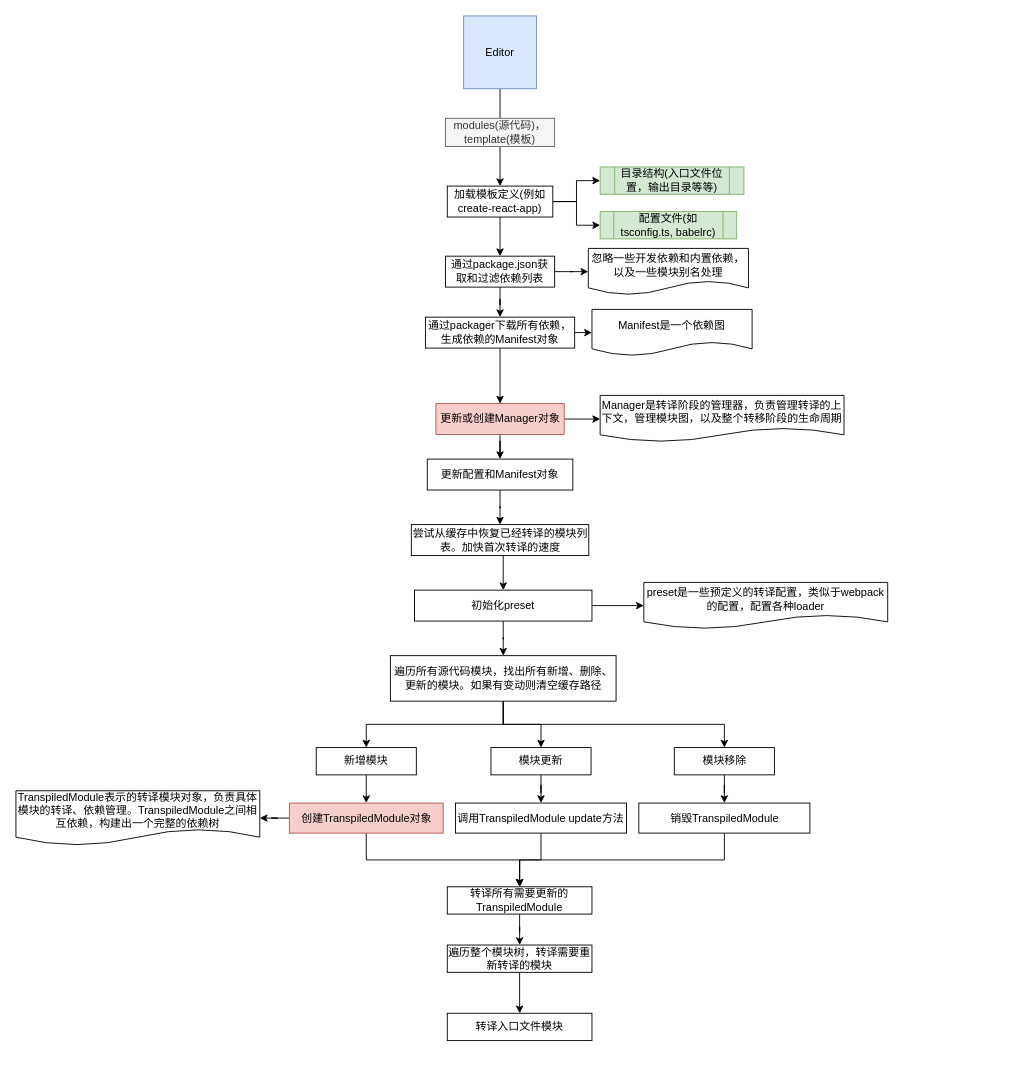
Earlier version of the draw.io diagram page "Compiler" (5 of 11) of source/_posts/drawio/codesandbox.drawio (ivan-94/bobi.ink). Source tidied: cells renumbered, new cells numbered last; positions are measured from the earlier drawing's top-left corner, leaving out a move shared by most shapes. Both pictures are drawn from the tidied source at 91%, with x=0, y=0 at pixel (15, 15).
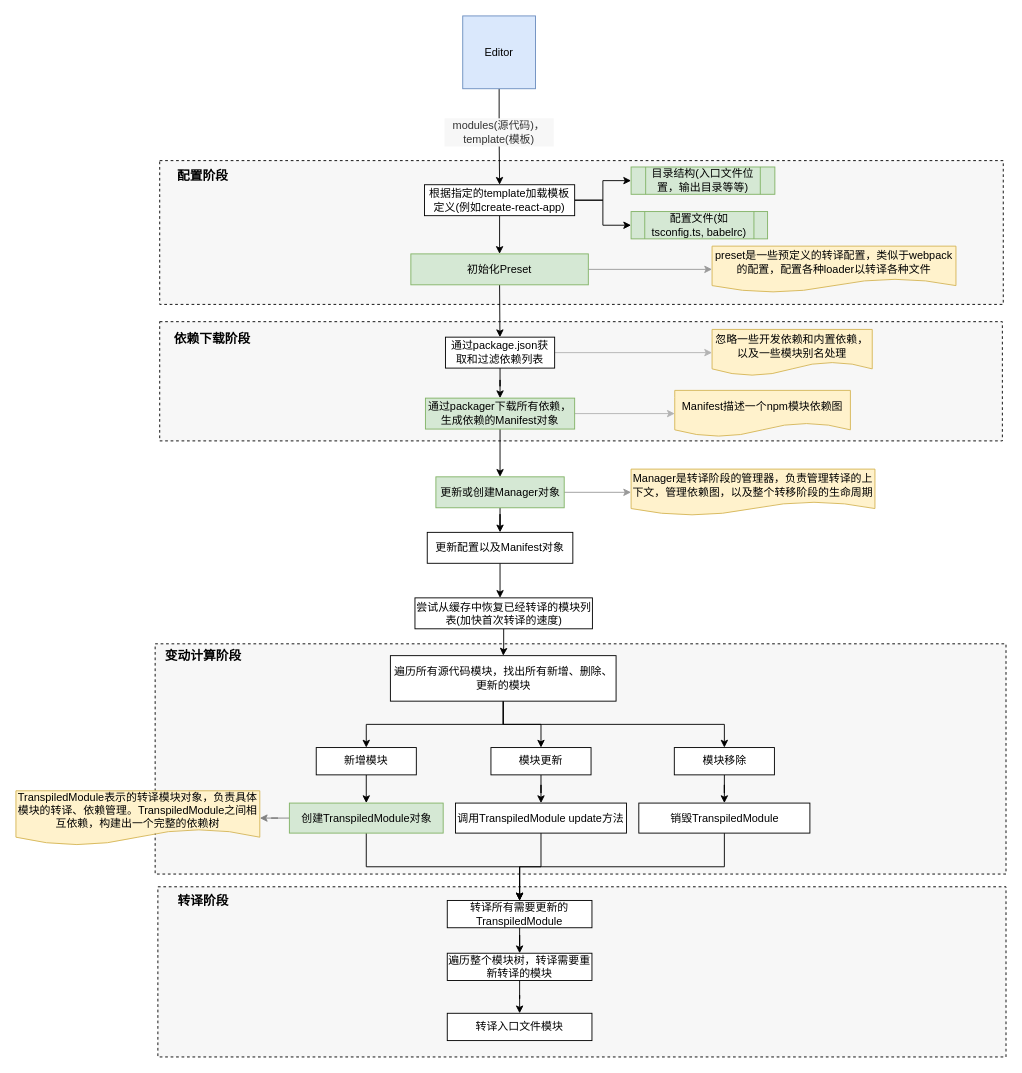
The same page after the edit.

What changed in the source:
```diff
@@
+    <mxCell id="54" style="rounded=0;whiteSpace=wrap;html=1;dashed=1;fillColor=#F7F7F7;" parent="1" vertex="1">
+      <mxGeometry x="156" y="957" width="932" height="187" as="geometry" />
+    </mxCell>
+    <mxCell id="55" style="rounded=0;whiteSpace=wrap;html=1;dashed=1;fillColor=#F7F7F7;" parent="1" vertex="1">
+      <mxGeometry x="153" y="690" width="935" height="253" as="geometry" />
+    </mxCell>
+    <mxCell id="56" style="rounded=0;whiteSpace=wrap;html=1;dashed=1;fillColor=#F7F7F7;" parent="1" vertex="1">
+      <mxGeometry x="158" y="336" width="926" height="131" as="geometry" />
+    </mxCell>
+    <mxCell id="57" style="rounded=0;whiteSpace=wrap;html=1;fillColor=#F7F7F7;dashed=1;" parent="1" vertex="1">
+      <mxGeometry x="158" y="159" width="927" height="158" as="geometry" />
+    </mxCell>
@@
     <mxCell id="3" value="Editor&lt;br&gt;" style="whiteSpace=wrap;html=1;fillColor=#dae8fc;strokeColor=#6c8ebf;" parent="1" vertex="1">
-      <mxGeometry x="492" width="80" height="80" as="geometry" />
+      <mxGeometry x="491" width="80" height="80" as="geometry" />
     </mxCell>
@@
-    <mxCell id="6" style="edgeStyle=orthogonalEdgeStyle;rounded=0;jettySize=auto;html=1;exitX=0.5;exitY=1;exitDx=0;exitDy=0;" parent="1" edge="1" source="7" target="12">
-      <mxGeometry relative="1" as="geometry" />
-    </mxCell>
+    <mxCell id="58" style="edgeStyle=none;rounded=0;jettySize=auto;html=1;exitX=0.5;exitY=1;exitDx=0;exitDy=0;endArrow=classic;endFill=1;strokeColor=#FFFFFF;" parent="1" edge="1" source="7" target="62">
+      <mxGeometry relative="1" as="geometry" />
+    </mxCell>
+    <mxCell id="59" style="edgeStyle=none;rounded=0;jettySize=auto;html=1;exitX=0.5;exitY=1;exitDx=0;exitDy=0;entryX=0.5;entryY=0;entryDx=0;entryDy=0;endArrow=classic;endFill=1;strokeColor=#FFFFFF;" parent="1" edge="1" source="7" target="62">
+      <mxGeometry relative="1" as="geometry" />
+    </mxCell>
+    <mxCell id="60" style="edgeStyle=none;rounded=0;jettySize=auto;html=1;exitX=0.5;exitY=1;exitDx=0;exitDy=0;entryX=0.5;entryY=0;entryDx=0;entryDy=0;endArrow=classic;endFill=1;strokeColor=#000000;" parent="1" edge="1" source="7" target="62">
+      <mxGeometry relative="1" as="geometry" />
+    </mxCell>
-    <mxCell id="7" value="加载模板定义(例如create-react-app)" style="rounded=0;whiteSpace=wrap;html=1;" parent="1" vertex="1">
-      <mxGeometry x="474" y="187" width="116" height="34" as="geometry" />
+    <mxCell id="7" value="根据指定的template加载模板定义(例如create-react-app)" style="rounded=0;whiteSpace=wrap;html=1;" parent="1" vertex="1">
+      <mxGeometry x="449" y="185.5" width="165" height="34" as="geometry" />
     </mxCell>
     <mxCell id="8" value="目录结构(入口文件位置，输出目录等等)" style="shape=process;whiteSpace=wrap;html=1;backgroundOutline=1;fillColor=#d5e8d4;strokeColor=#82b366;" parent="1" vertex="1">
-      <mxGeometry x="642" y="166" width="158" height="30" as="geometry" />
+      <mxGeometry x="676" y="166" width="158" height="30" as="geometry" />
     </mxCell>
     <mxCell id="9" value="配置文件(如tsconfig.ts, babelrc)" style="shape=process;whiteSpace=wrap;html=1;backgroundOutline=1;fillColor=#d5e8d4;strokeColor=#82b366;" parent="1" vertex="1">
-      <mxGeometry x="642" y="215" width="150" height="30" as="geometry" />
+      <mxGeometry x="676" y="215" width="150" height="30" as="geometry" />
     </mxCell>
-    <mxCell id="10" style="edgeStyle=orthogonalEdgeStyle;rounded=0;jettySize=auto;html=1;exitX=1;exitY=0.5;exitDx=0;exitDy=0;" parent="1" edge="1" source="12" target="13">
+    <mxCell id="10" style="edgeStyle=orthogonalEdgeStyle;rounded=0;jettySize=auto;html=1;exitX=1;exitY=0.5;exitDx=0;exitDy=0;strokeColor=#B3B3B3;" parent="1" edge="1" source="12" target="13">
       <mxGeometry relative="1" as="geometry" />
     </mxCell>
@@
     <mxCell id="12" value="通过package.json获取和过滤依赖列表" style="rounded=0;whiteSpace=wrap;html=1;" parent="1" vertex="1">
-      <mxGeometry x="472" y="264" width="120" height="34" as="geometry" />
+      <mxGeometry x="472" y="353" width="120" height="34" as="geometry" />
     </mxCell>
-    <mxCell id="13" value="忽略一些开发依赖和内置依赖，以及一些模块别名处理" style="shape=document;whiteSpace=wrap;html=1;boundedLbl=1;" parent="1" vertex="1">
-      <mxGeometry x="629" y="255.5" width="176" height="51" as="geometry" />
+    <mxCell id="13" value="忽略一些开发依赖和内置依赖，以及一些模块别名处理" style="shape=document;whiteSpace=wrap;html=1;boundedLbl=1;fillColor=#fff2cc;strokeColor=#d6b656;" parent="1" vertex="1">
+      <mxGeometry x="765" y="344.5" width="176" height="51" as="geometry" />
     </mxCell>
-    <mxCell id="14" value="modules(源代码)，template(模板)" style="rounded=0;whiteSpace=wrap;html=1;fillColor=#f5f5f5;strokeColor=#666666;fontColor=#333333;" parent="1" vertex="1">
-      <mxGeometry x="472" y="112.5" width="120" height="31" as="geometry" />
+    <mxCell id="14" value="modules(源代码)，template(模板)" style="rounded=0;whiteSpace=wrap;html=1;fillColor=#F7F7F7;strokeColor=none;fontColor=#333333;" parent="1" vertex="1">
+      <mxGeometry x="471" y="112.5" width="120" height="31" as="geometry" />
     </mxCell>
-    <mxCell id="15" style="edgeStyle=orthogonalEdgeStyle;rounded=0;jettySize=auto;html=1;exitX=1;exitY=0.5;exitDx=0;exitDy=0;entryX=0;entryY=0.5;entryDx=0;entryDy=0;" parent="1" edge="1" source="17" target="18">
+    <mxCell id="15" style="edgeStyle=orthogonalEdgeStyle;rounded=0;jettySize=auto;html=1;exitX=1;exitY=0.5;exitDx=0;exitDy=0;strokeColor=#B3B3B3;" parent="1" edge="1" source="17" target="18">
       <mxGeometry relative="1" as="geometry" />
     </mxCell>
@@
-    <mxCell id="17" value="通过packager下载所有依赖，生成依赖的Manifest对象" style="rounded=0;whiteSpace=wrap;html=1;" parent="1" vertex="1">
-      <mxGeometry x="450" y="331" width="164" height="34" as="geometry" />
+    <mxCell id="17" value="通过packager下载所有依赖，生成依赖的Manifest对象" style="rounded=0;whiteSpace=wrap;html=1;fillColor=#d5e8d4;strokeColor=#82b366;" parent="1" vertex="1">
+      <mxGeometry x="450" y="420" width="164" height="34" as="geometry" />
     </mxCell>
-    <mxCell id="18" value="Manifest是一个依赖图" style="shape=document;whiteSpace=wrap;html=1;boundedLbl=1;" parent="1" vertex="1">
-      <mxGeometry x="633" y="322.5" width="176" height="51" as="geometry" />
+    <mxCell id="18" value="Manifest描述一个npm模块依赖图" style="shape=document;whiteSpace=wrap;html=1;boundedLbl=1;fillColor=#fff2cc;strokeColor=#d6b656;" parent="1" vertex="1">
+      <mxGeometry x="724" y="411.5" width="193" height="51" as="geometry" />
     </mxCell>
-    <mxCell id="19" style="edgeStyle=orthogonalEdgeStyle;rounded=0;jettySize=auto;html=1;exitX=1;exitY=0.5;exitDx=0;exitDy=0;entryX=0;entryY=0.5;entryDx=0;entryDy=0;" parent="1" edge="1" source="21" target="22">
+    <mxCell id="19" style="edgeStyle=orthogonalEdgeStyle;rounded=0;jettySize=auto;html=1;exitX=1;exitY=0.5;exitDx=0;exitDy=0;entryX=0;entryY=0.5;entryDx=0;entryDy=0;strokeColor=#999999;" parent="1" edge="1" source="21" target="22">
       <mxGeometry relative="1" as="geometry" />
     </mxCell>
@@
-    <mxCell id="21" value="更新或创建Manager对象" style="rounded=0;whiteSpace=wrap;html=1;fillColor=#f8cecc;strokeColor=#b85450;" parent="1" vertex="1">
-      <mxGeometry x="461.5" y="426" width="141" height="34" as="geometry" />
+    <mxCell id="21" value="更新或创建Manager对象" style="rounded=0;whiteSpace=wrap;html=1;fillColor=#d5e8d4;strokeColor=#82b366;" parent="1" vertex="1">
+      <mxGeometry x="461.5" y="506.5" width="141" height="34" as="geometry" />
     </mxCell>
-    <mxCell id="22" value="Manager是转译阶段的管理器，负责管理转译的上下文，管理模块图，以及整个转移阶段的生命周期" style="shape=document;whiteSpace=wrap;html=1;boundedLbl=1;" parent="1" vertex="1">
-      <mxGeometry x="642" y="417" width="268" height="51" as="geometry" />
+    <mxCell id="22" value="Manager是转译阶段的管理器，负责管理转译的上下文，管理依赖图，以及整个转移阶段的生命周期" style="shape=document;whiteSpace=wrap;html=1;boundedLbl=1;fillColor=#fff2cc;strokeColor=#d6b656;" parent="1" vertex="1">
+      <mxGeometry x="676" y="498" width="268" height="51" as="geometry" />
     </mxCell>
-    <mxCell id="23" style="edgeStyle=orthogonalEdgeStyle;rounded=0;jettySize=auto;html=1;exitX=0.5;exitY=1;exitDx=0;exitDy=0;" parent="1" edge="1" source="24" target="26">
-      <mxGeometry relative="1" as="geometry" />
+    <mxCell id="23" style="edgeStyle=orthogonalEdgeStyle;rounded=0;jettySize=auto;html=1;exitX=0.5;exitY=1;exitDx=0;exitDy=0;" parent="1" edge="1" source="24">
+      <mxGeometry relative="1" as="geometry">
+        <mxPoint x="532" y="639.5" as="targetPoint" />
+      </mxGeometry>
     </mxCell>
-    <mxCell id="24" value="更新配置和Manifest对象" style="rounded=0;whiteSpace=wrap;html=1;" parent="1" vertex="1">
-      <mxGeometry x="452" y="487" width="160" height="34" as="geometry" />
+    <mxCell id="24" value="更新配置以及Manifest对象" style="rounded=0;whiteSpace=wrap;html=1;" parent="1" vertex="1">
+      <mxGeometry x="452" y="567.5" width="160" height="34" as="geometry" />
     </mxCell>
-    <mxCell id="25" style="edgeStyle=orthogonalEdgeStyle;rounded=0;jettySize=auto;html=1;exitX=0.5;exitY=1;exitDx=0;exitDy=0;entryX=0.5;entryY=0;entryDx=0;entryDy=0;" parent="1" edge="1" source="26" target="29">
-      <mxGeometry relative="1" as="geometry" />
-    </mxCell>
-    <mxCell id="26" value="尝试从缓存中恢复已经转译的模块列表。加快首次转译的速度" style="rounded=0;whiteSpace=wrap;html=1;" parent="1" vertex="1">
-      <mxGeometry x="434.5" y="559" width="195" height="34" as="geometry" />
+    <mxCell id="26" value="尝试从缓存中恢复已经转译的模块列表(加快首次转译的速度)" style="rounded=0;whiteSpace=wrap;html=1;" parent="1" vertex="1">
+      <mxGeometry x="438.5" y="639.5" width="195" height="34" as="geometry" />
     </mxCell>
-    <mxCell id="27" style="edgeStyle=orthogonalEdgeStyle;rounded=0;jettySize=auto;html=1;exitX=1;exitY=0.5;exitDx=0;exitDy=0;entryX=0;entryY=0.5;entryDx=0;entryDy=0;" parent="1" edge="1" source="29" target="30">
+    <mxCell id="27" style="edgeStyle=orthogonalEdgeStyle;rounded=0;jettySize=auto;html=1;entryX=0;entryY=0.5;entryDx=0;entryDy=0;exitX=1;exitY=0.5;exitDx=0;exitDy=0;strokeColor=#999999;" parent="1" edge="1" source="62" target="30">
       <mxGeometry relative="1" as="geometry" />
     </mxCell>
-    <mxCell id="28" style="edgeStyle=orthogonalEdgeStyle;rounded=0;jettySize=auto;html=1;exitX=0.5;exitY=1;exitDx=0;exitDy=0;" parent="1" edge="1" source="29" target="34">
+    <mxCell id="28" style="edgeStyle=orthogonalEdgeStyle;rounded=0;jettySize=auto;html=1;exitX=0.5;exitY=1;exitDx=0;exitDy=0;" parent="1" edge="1" source="26" target="34">
       <mxGeometry relative="1" as="geometry" />
     </mxCell>
-    <mxCell id="29" value="初始化preset" style="rounded=0;whiteSpace=wrap;html=1;" parent="1" vertex="1">
-      <mxGeometry x="438" y="631" width="195" height="34" as="geometry" />
-    </mxCell>
-    <mxCell id="30" value="preset是一些预定义的转译配置，类似于webpack的配置，配置各种loader" style="shape=document;whiteSpace=wrap;html=1;boundedLbl=1;" parent="1" vertex="1">
-      <mxGeometry x="690" y="622.5" width="268" height="51" as="geometry" />
+    <mxCell id="30" value="preset是一些预定义的转译配置，类似于webpack的配置，配置各种loader以转译各种文件" style="shape=document;whiteSpace=wrap;html=1;boundedLbl=1;fillColor=#fff2cc;strokeColor=#d6b656;" parent="1" vertex="1">
+      <mxGeometry x="765" y="253" width="268" height="51" as="geometry" />
     </mxCell>
@@
-    <mxCell id="34" value="遍历所有源代码模块，找出所有新增、删除、更新的模块。如果有变动则清空缓存路径" style="rounded=0;whiteSpace=wrap;html=1;" parent="1" vertex="1">
+    <mxCell id="34" value="遍历所有源代码模块，找出所有新增、删除、更新的模块" style="rounded=0;whiteSpace=wrap;html=1;" parent="1" vertex="1">
       <mxGeometry x="411.5" y="703" width="248" height="50" as="geometry" />
     </mxCell>
@@
-    <mxCell id="37" style="edgeStyle=orthogonalEdgeStyle;rounded=0;jettySize=auto;html=1;exitX=0;exitY=0.5;exitDx=0;exitDy=0;" parent="1" edge="1" source="39" target="40">
+    <mxCell id="37" style="edgeStyle=orthogonalEdgeStyle;rounded=0;jettySize=auto;html=1;exitX=0;exitY=0.5;exitDx=0;exitDy=0;strokeColor=#808080;" parent="1" edge="1" source="39" target="40">
       <mxGeometry relative="1" as="geometry" />
     </mxCell>
@@
-    <mxCell id="39" value="创建TranspiledModule对象" style="rounded=0;whiteSpace=wrap;html=1;fillColor=#f8cecc;strokeColor=#b85450;" parent="1" vertex="1">
+    <mxCell id="39" value="创建TranspiledModule对象" style="rounded=0;whiteSpace=wrap;html=1;fillColor=#d5e8d4;strokeColor=#82b366;" parent="1" vertex="1">
       <mxGeometry x="300.5" y="865" width="169" height="33" as="geometry" />
     </mxCell>
-    <mxCell id="40" value="TranspiledModule表示的转译模块对象，负责具体模块的转译、依赖管理。TranspiledModule之间相互依赖，构建出一个完整的依赖树" style="shape=document;whiteSpace=wrap;html=1;boundedLbl=1;" parent="1" vertex="1">
+    <mxCell id="40" value="TranspiledModule表示的转译模块对象，负责具体模块的转译、依赖管理。TranspiledModule之间相互依赖，构建出一个完整的依赖树" style="shape=document;whiteSpace=wrap;html=1;boundedLbl=1;fillColor=#fff2cc;strokeColor=#d6b656;" parent="1" vertex="1">
       <mxGeometry y="851.5" width="268" height="60" as="geometry" />
     </mxCell>
@@
     <mxCell id="50" value="转译所有需要更新的TranspiledModule" style="rounded=0;whiteSpace=wrap;html=1;" parent="1" vertex="1">
-      <mxGeometry x="474" y="957" width="159" height="30" as="geometry" />
+      <mxGeometry x="474" y="972" width="159" height="30" as="geometry" />
     </mxCell>
@@
     <mxCell id="52" value="遍历整个模块树，转译需要重新转译的模块" style="rounded=0;whiteSpace=wrap;html=1;" parent="1" vertex="1">
-      <mxGeometry x="474" y="1021" width="159" height="30" as="geometry" />
+      <mxGeometry x="474" y="1030" width="159" height="30" as="geometry" />
     </mxCell>
@@
+    <mxCell id="61" style="edgeStyle=none;rounded=0;jettySize=auto;html=1;exitX=0.5;exitY=1;exitDx=0;exitDy=0;endArrow=classic;endFill=1;strokeColor=#000000;" parent="1" edge="1" source="62" target="12">
+      <mxGeometry relative="1" as="geometry" />
+    </mxCell>
+    <mxCell id="62" value="初始化Preset" style="rounded=0;whiteSpace=wrap;html=1;fillColor=#d5e8d4;strokeColor=#82b366;" parent="1" vertex="1">
+      <mxGeometry x="434" y="261.5" width="195" height="34" as="geometry" />
+    </mxCell>
+    <mxCell id="63" value="&lt;font style=&quot;font-size: 14px&quot;&gt;&lt;b&gt;配置阶段&lt;/b&gt;&lt;/font&gt;" style="text;html=1;strokeColor=none;fillColor=none;align=center;verticalAlign=middle;whiteSpace=wrap;rounded=0;dashed=1;" parent="1" vertex="1">
+      <mxGeometry x="172" y="166" width="67" height="20" as="geometry" />
+    </mxCell>
+    <mxCell id="64" value="&lt;span style=&quot;font-size: 14px&quot;&gt;&lt;b&gt;依赖下载阶段&lt;/b&gt;&lt;/span&gt;" style="text;html=1;strokeColor=none;fillColor=none;align=center;verticalAlign=middle;whiteSpace=wrap;rounded=0;dashed=1;" parent="1" vertex="1">
+      <mxGeometry x="172" y="345" width="88" height="20" as="geometry" />
+    </mxCell>
+    <mxCell id="65" value="&lt;span style=&quot;font-size: 14px&quot;&gt;&lt;b&gt;变动计算阶段&lt;/b&gt;&lt;/span&gt;" style="text;html=1;strokeColor=none;fillColor=none;align=center;verticalAlign=middle;whiteSpace=wrap;rounded=0;dashed=1;" parent="1" vertex="1">
+      <mxGeometry x="161.5" y="693" width="88" height="20" as="geometry" />
+    </mxCell>
+    <mxCell id="66" value="&lt;span style=&quot;font-size: 14px&quot;&gt;&lt;b&gt;转译阶段&lt;/b&gt;&lt;/span&gt;" style="text;html=1;strokeColor=none;fillColor=none;align=center;verticalAlign=middle;whiteSpace=wrap;rounded=0;dashed=1;" parent="1" vertex="1">
+      <mxGeometry x="161.5" y="962" width="88" height="20" as="geometry" />
+    </mxCell>
```
